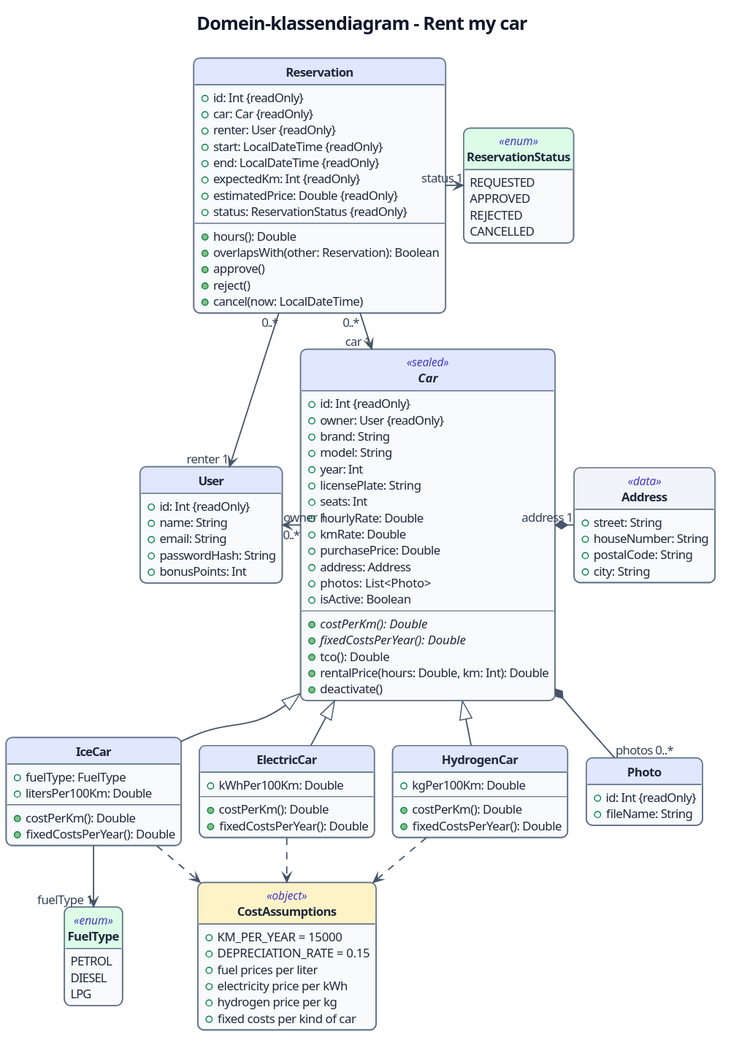
Before: docs/images/domain-class-diagram.svg, a diagram exported from PlantUML (ThimoHarte/RentMyCar).
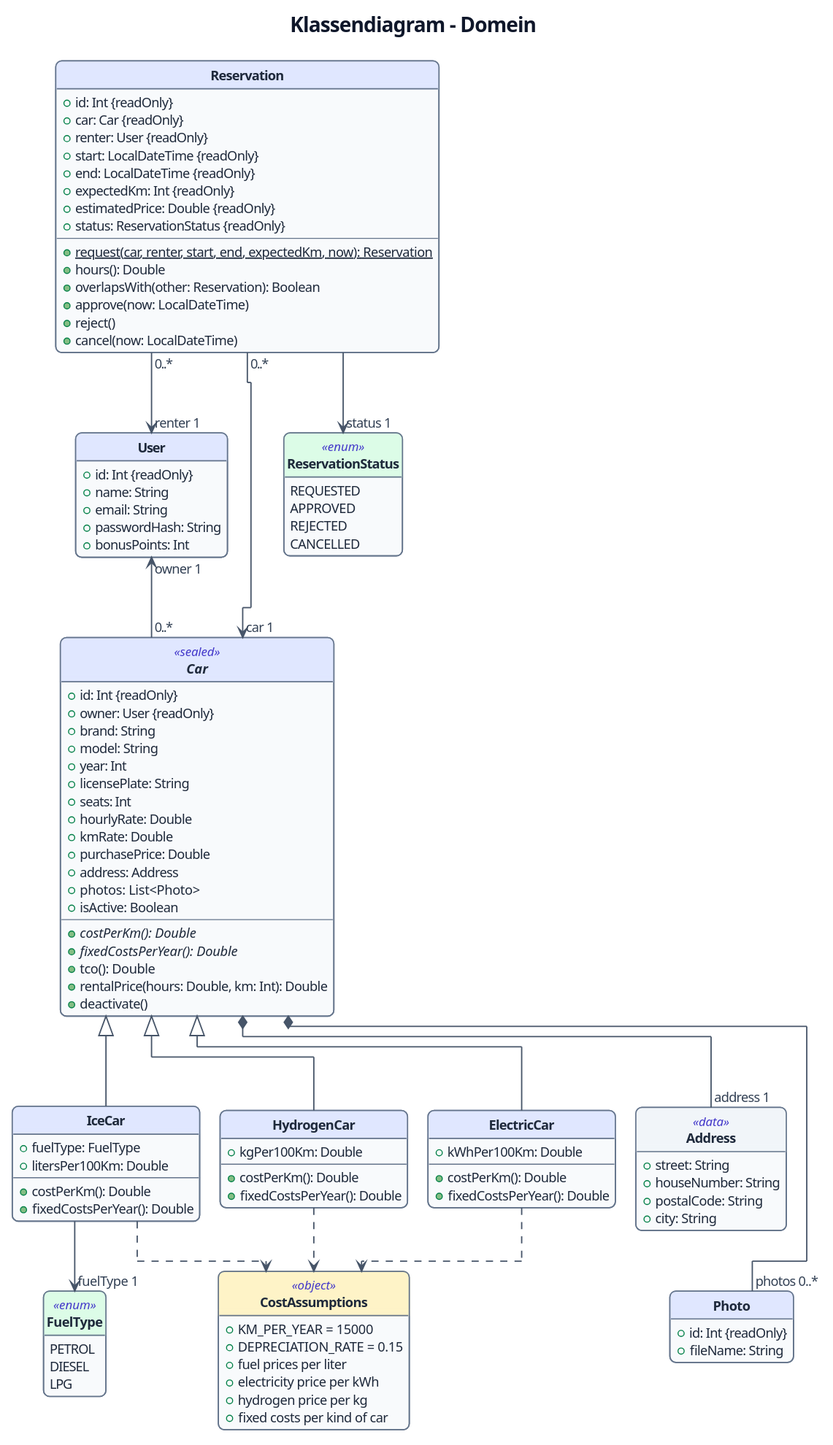
The same diagram one commit later.

What changed in the source:
```diff
@@ -1,8 +1,8 @@
 @startuml
-!pragma layout smetana
 !include style.iuml
+!pragma layout elk
 
-title Domein-klassendiagram - Rent my car
+title Klassendiagram - Domein
 
 hide circle
 hide empty members
@@ -19,9 +19,10 @@
   + estimatedPrice: Double {readOnly}
   + status: ReservationStatus {readOnly}
   --
+  + {static} request(car, renter, start, end, expectedKm, now): Reservation
   + hours(): Double
   + overlapsWith(other: Reservation): Boolean
-  + approve()
+  + approve(now: LocalDateTime)
   + reject()
   + cancel(now: LocalDateTime)
 }
```
